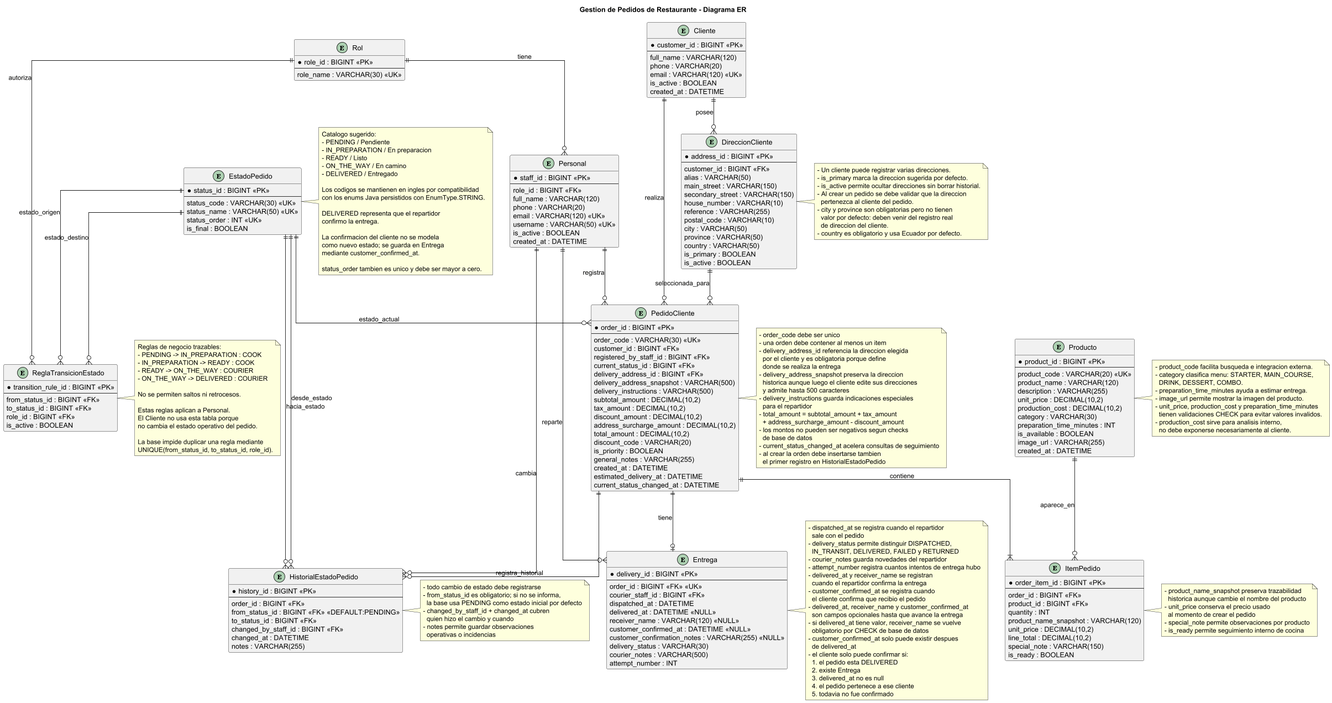
The PlantUML diagram assets/ER Diagram.png in michael-lxndr/AP-first-bimester-project, before a commit.
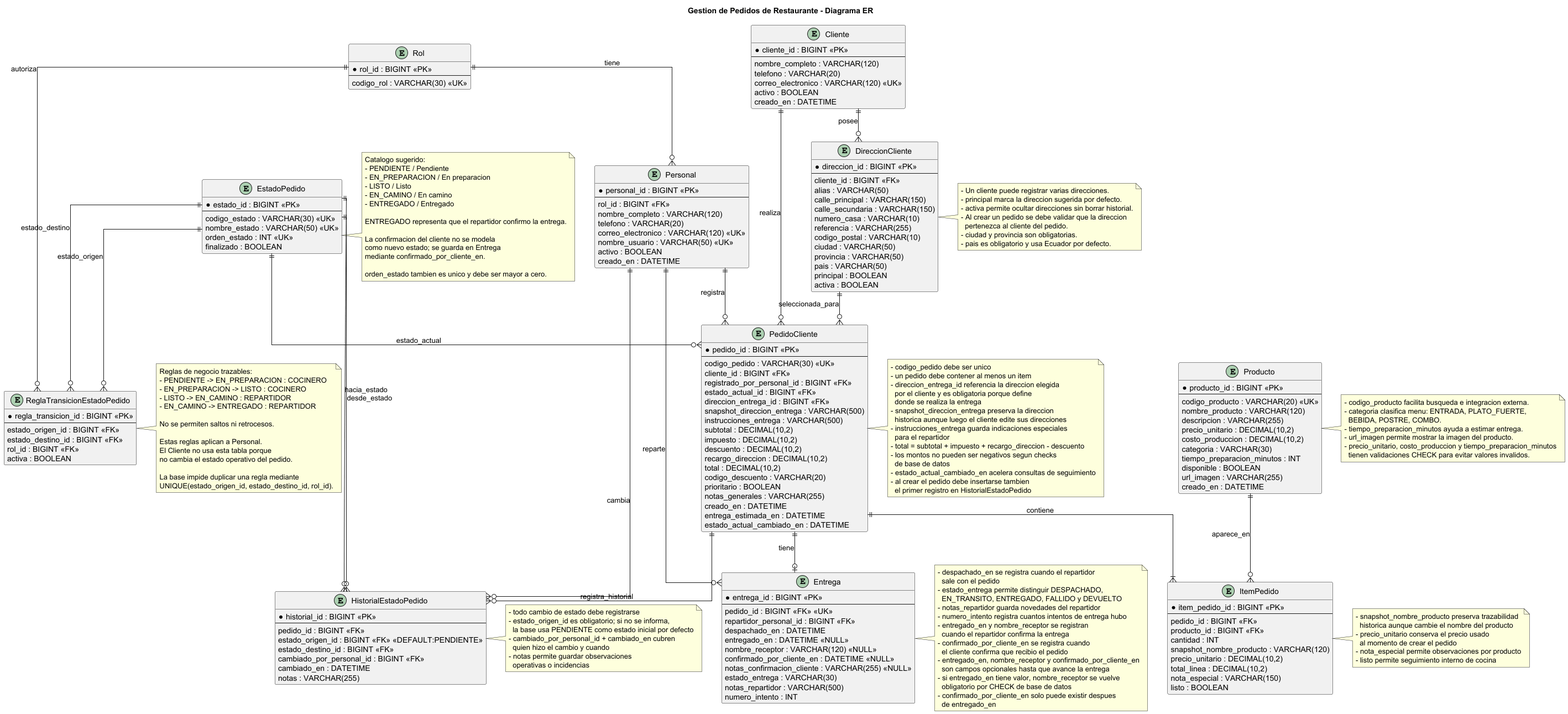
The same file after the commit.

Commit message:
refactor(assets): replace ER diagram and first bimester project image with updated Spanish-named versions

Diff of the diagram source:
```diff
@@ -5,240 +5,230 @@
 hide stereotypes
 skinparam linetype ortho
 
-entity "Rol" as Role {
-  *role_id : BIGINT <<PK>>
+entity "Rol" as Rol {
+  *rol_id : BIGINT <<PK>>
   --
-  role_name : VARCHAR(30) <<UK>>
+  codigo_rol : VARCHAR(30) <<UK>>
 }
 
-entity "Personal" as Staff {
-  *staff_id : BIGINT <<PK>>
+entity "Personal" as Personal {
+  *personal_id : BIGINT <<PK>>
   --
-  role_id : BIGINT <<FK>>
-  full_name : VARCHAR(120)
-  phone : VARCHAR(20)
-  email : VARCHAR(120) <<UK>>
-  username : VARCHAR(50) <<UK>>
-  is_active : BOOLEAN
-  created_at : DATETIME
+  rol_id : BIGINT <<FK>>
+  nombre_completo : VARCHAR(120)
+  telefono : VARCHAR(20)
+  correo_electronico : VARCHAR(120) <<UK>>
+  nombre_usuario : VARCHAR(50) <<UK>>
+  activo : BOOLEAN
+  creado_en : DATETIME
 }
 
-entity "Cliente" as Customer {
-  *customer_id : BIGINT <<PK>>
+entity "Cliente" as Cliente {
+  *cliente_id : BIGINT <<PK>>
   --
-  full_name : VARCHAR(120)
-  phone : VARCHAR(20)
-  email : VARCHAR(120) <<UK>>
-  is_active : BOOLEAN
-  created_at : DATETIME
+  nombre_completo : VARCHAR(120)
+  telefono : VARCHAR(20)
+  correo_electronico : VARCHAR(120) <<UK>>
+  activo : BOOLEAN
+  creado_en : DATETIME
 }
 
-entity "DireccionCliente" as CustomerAddress {
-  *address_id : BIGINT <<PK>>
+entity "DireccionCliente" as DireccionCliente {
+  *direccion_id : BIGINT <<PK>>
   --
-  customer_id : BIGINT <<FK>>
+  cliente_id : BIGINT <<FK>>
   alias : VARCHAR(50)
-  main_street : VARCHAR(150)
-  secondary_street : VARCHAR(150)
-  house_number : VARCHAR(10)
-  reference : VARCHAR(255)
-  postal_code : VARCHAR(10)
-  city : VARCHAR(50)
-  province : VARCHAR(50)
-  country : VARCHAR(50)
-  is_primary : BOOLEAN
-  is_active : BOOLEAN
+  calle_principal : VARCHAR(150)
+  calle_secundaria : VARCHAR(150)
+  numero_casa : VARCHAR(10)
+  referencia : VARCHAR(255)
+  codigo_postal : VARCHAR(10)
+  ciudad : VARCHAR(50)
+  provincia : VARCHAR(50)
+  pais : VARCHAR(50)
+  principal : BOOLEAN
+  activa : BOOLEAN
 }
 
-entity "Producto" as Product {
-  *product_id : BIGINT <<PK>>
+entity "Producto" as Producto {
+  *producto_id : BIGINT <<PK>>
   --
-  product_code : VARCHAR(20) <<UK>>
-  product_name : VARCHAR(120)
-  description : VARCHAR(255)
-  unit_price : DECIMAL(10,2)
-  production_cost : DECIMAL(10,2)
-  category : VARCHAR(30)
-  preparation_time_minutes : INT
-  is_available : BOOLEAN
-  image_url : VARCHAR(255)
-  created_at : DATETIME
+  codigo_producto : VARCHAR(20) <<UK>>
+  nombre_producto : VARCHAR(120)
+  descripcion : VARCHAR(255)
+  precio_unitario : DECIMAL(10,2)
+  costo_produccion : DECIMAL(10,2)
+  categoria : VARCHAR(30)
+  tiempo_preparacion_minutos : INT
+  disponible : BOOLEAN
+  url_imagen : VARCHAR(255)
+  creado_en : DATETIME
 }
 
-entity "EstadoPedido" as OrderStatus {
-  *status_id : BIGINT <<PK>>
+entity "EstadoPedido" as EstadoPedido {
+  *estado_id : BIGINT <<PK>>
   --
-  status_code : VARCHAR(30) <<UK>>
-  status_name : VARCHAR(50) <<UK>>
-  status_order : INT <<UK>>
-  is_final : BOOLEAN
+  codigo_estado : VARCHAR(30) <<UK>>
+  nombre_estado : VARCHAR(50) <<UK>>
+  orden_estado : INT <<UK>>
+  finalizado : BOOLEAN
 }
 
-entity "ReglaTransicionEstado" as OrderStatusTransitionRule {
-  *transition_rule_id : BIGINT <<PK>>
+entity "ReglaTransicionEstadoPedido" as ReglaTransicionEstadoPedido {
+  *regla_transicion_id : BIGINT <<PK>>
   --
-  from_status_id : BIGINT <<FK>>
-  to_status_id : BIGINT <<FK>>
-  role_id : BIGINT <<FK>>
-  is_active : BOOLEAN
+  estado_origen_id : BIGINT <<FK>>
+  estado_destino_id : BIGINT <<FK>>
+  rol_id : BIGINT <<FK>>
+  activa : BOOLEAN
 }
 
-entity "PedidoCliente" as CustomerOrder {
-  *order_id : BIGINT <<PK>>
+entity "PedidoCliente" as PedidoCliente {
+  *pedido_id : BIGINT <<PK>>
   --
-  order_code : VARCHAR(30) <<UK>>
-  customer_id : BIGINT <<FK>>
-  registered_by_staff_id : BIGINT <<FK>>
-  current_status_id : BIGINT <<FK>>
-  delivery_address_id : BIGINT <<FK>>
-  delivery_address_snapshot : VARCHAR(500)
-  delivery_instructions : VARCHAR(500)
-  subtotal_amount : DECIMAL(10,2)
-  tax_amount : DECIMAL(10,2)
-  discount_amount : DECIMAL(10,2)
-  address_surcharge_amount : DECIMAL(10,2)
-  total_amount : DECIMAL(10,2)
-  discount_code : VARCHAR(20)
-  is_priority : BOOLEAN
-  general_notes : VARCHAR(255)
-  created_at : DATETIME
-  estimated_delivery_at : DATETIME
-  current_status_changed_at : DATETIME
+  codigo_pedido : VARCHAR(30) <<UK>>
+  cliente_id : BIGINT <<FK>>
+  registrado_por_personal_id : BIGINT <<FK>>
+  estado_actual_id : BIGINT <<FK>>
+  direccion_entrega_id : BIGINT <<FK>>
+  snapshot_direccion_entrega : VARCHAR(500)
+  instrucciones_entrega : VARCHAR(500)
+  subtotal : DECIMAL(10,2)
+  impuesto : DECIMAL(10,2)
+  descuento : DECIMAL(10,2)
+  recargo_direccion : DECIMAL(10,2)
+  total : DECIMAL(10,2)
+  codigo_descuento : VARCHAR(20)
+  prioritario : BOOLEAN
+  notas_generales : VARCHAR(255)
+  creado_en : DATETIME
+  entrega_estimada_en : DATETIME
+  estado_actual_cambiado_en : DATETIME
 }
 
-entity "ItemPedido" as OrderItem {
-  *order_item_id : BIGINT <<PK>>
+entity "ItemPedido" as ItemPedido {
+  *item_pedido_id : BIGINT <<PK>>
   --
-  order_id : BIGINT <<FK>>
-  product_id : BIGINT <<FK>>
-  quantity : INT
-  product_name_snapshot : VARCHAR(120)
-  unit_price : DECIMAL(10,2)
-  line_total : DECIMAL(10,2)
-  special_note : VARCHAR(150)
-  is_ready : BOOLEAN
+  pedido_id : BIGINT <<FK>>
+  producto_id : BIGINT <<FK>>
+  cantidad : INT
+  snapshot_nombre_producto : VARCHAR(120)
+  precio_unitario : DECIMAL(10,2)
+  total_linea : DECIMAL(10,2)
+  nota_especial : VARCHAR(150)
+  listo : BOOLEAN
 }
 
-entity "HistorialEstadoPedido" as OrderStatusHistory {
-  *history_id : BIGINT <<PK>>
+entity "HistorialEstadoPedido" as HistorialEstadoPedido {
+  *historial_id : BIGINT <<PK>>
   --
-  order_id : BIGINT <<FK>>
-  from_status_id : BIGINT <<FK>> <<DEFAULT:PENDING>>
-  to_status_id : BIGINT <<FK>>
-  changed_by_staff_id : BIGINT <<FK>>
-  changed_at : DATETIME
-  notes : VARCHAR(255)
+  pedido_id : BIGINT <<FK>>
+  estado_origen_id : BIGINT <<FK>> <<DEFAULT:PENDIENTE>>
+  estado_destino_id : BIGINT <<FK>>
+  cambiado_por_personal_id : BIGINT <<FK>>
+  cambiado_en : DATETIME
+  notas : VARCHAR(255)
 }
 
-entity "Entrega" as Delivery {
-  *delivery_id : BIGINT <<PK>>
+entity "Entrega" as Entrega {
+  *entrega_id : BIGINT <<PK>>
   --
-  order_id : BIGINT <<FK>> <<UK>>
-  courier_staff_id : BIGINT <<FK>>
-  dispatched_at : DATETIME
-  delivered_at : DATETIME <<NULL>>
-  receiver_name : VARCHAR(120) <<NULL>>
-  customer_confirmed_at : DATETIME <<NULL>>
-  customer_confirmation_notes : VARCHAR(255) <<NULL>>
-  delivery_status : VARCHAR(30)
-  courier_notes : VARCHAR(500)
-  attempt_number : INT
+  pedido_id : BIGINT <<FK>> <<UK>>
+  repartidor_personal_id : BIGINT <<FK>>
+  despachado_en : DATETIME
+  entregado_en : DATETIME <<NULL>>
+  nombre_receptor : VARCHAR(120) <<NULL>>
+  confirmado_por_cliente_en : DATETIME <<NULL>>
+  notas_confirmacion_cliente : VARCHAR(255) <<NULL>>
+  estado_entrega : VARCHAR(30)
+  notas_repartidor : VARCHAR(500)
+  numero_intento : INT
 }
 
-Role ||--o{ Staff : tiene
-Role ||--o{ OrderStatusTransitionRule : autoriza
+Rol ||--o{ Personal : tiene
+Rol ||--o{ ReglaTransicionEstadoPedido : autoriza
 
-Customer ||--o{ CustomerOrder : realiza
-Customer ||--o{ CustomerAddress : posee
-CustomerAddress ||--o{ CustomerOrder : seleccionada_para
+Cliente ||--o{ PedidoCliente : realiza
+Cliente ||--o{ DireccionCliente : posee
+DireccionCliente ||--o{ PedidoCliente : seleccionada_para
 
-Staff ||--o{ CustomerOrder : registra
-Staff ||--o{ OrderStatusHistory : cambia
-Staff ||--o{ Delivery : reparte
+Personal ||--o{ PedidoCliente : registra
+Personal ||--o{ HistorialEstadoPedido : cambia
+Personal ||--o{ Entrega : reparte
 
-OrderStatus ||--o{ CustomerOrder : estado_actual
-OrderStatus ||--o{ OrderStatusTransitionRule : estado_origen
-OrderStatus ||--o{ OrderStatusTransitionRule : estado_destino
-OrderStatus ||--o{ OrderStatusHistory : desde_estado
-OrderStatus ||--o{ OrderStatusHistory : hacia_estado
+EstadoPedido ||--o{ PedidoCliente : estado_actual
+EstadoPedido ||--o{ ReglaTransicionEstadoPedido : estado_origen
+EstadoPedido ||--o{ ReglaTransicionEstadoPedido : estado_destino
+EstadoPedido ||--o{ HistorialEstadoPedido : desde_estado
+EstadoPedido ||--o{ HistorialEstadoPedido : hacia_estado
 
-CustomerOrder ||--|{ OrderItem : contiene
-CustomerOrder ||--o{ OrderStatusHistory : registra_historial
-CustomerOrder ||--o| Delivery : tiene
+PedidoCliente ||--|{ ItemPedido : contiene
+PedidoCliente ||--o{ HistorialEstadoPedido : registra_historial
+PedidoCliente ||--o| Entrega : tiene
 
-Product ||--o{ OrderItem : aparece_en
+Producto ||--o{ ItemPedido : aparece_en
 
-note right of CustomerOrder
-- order_code debe ser unico
-- una orden debe contener al menos un item
-- delivery_address_id referencia la direccion elegida
+note right of PedidoCliente
+- codigo_pedido debe ser unico
+- un pedido debe contener al menos un item
+- direccion_entrega_id referencia la direccion elegida
   por el cliente y es obligatoria porque define
   donde se realiza la entrega
-- delivery_address_snapshot preserva la direccion
+- snapshot_direccion_entrega preserva la direccion
   historica aunque luego el cliente edite sus direcciones
-  y admite hasta 500 caracteres
-- delivery_instructions guarda indicaciones especiales
+- instrucciones_entrega guarda indicaciones especiales
   para el repartidor
-- total_amount = subtotal_amount + tax_amount
-  + address_surcharge_amount - discount_amount
+- total = subtotal + impuesto + recargo_direccion - descuento
 - los montos no pueden ser negativos segun checks
   de base de datos
-- current_status_changed_at acelera consultas de seguimiento
-- al crear la orden debe insertarse tambien
+- estado_actual_cambiado_en acelera consultas de seguimiento
+- al crear el pedido debe insertarse tambien
   el primer registro en HistorialEstadoPedido
 end note
 
-note right of CustomerAddress
+note right of DireccionCliente
 - Un cliente puede registrar varias direcciones.
-- is_primary marca la direccion sugerida por defecto.
-- is_active permite ocultar direcciones sin borrar historial.
+- principal marca la direccion sugerida por defecto.
+- activa permite ocultar direcciones sin borrar historial.
 - Al crear un pedido se debe validar que la direccion
   pertenezca al cliente del pedido.
-- city y province son obligatorias pero no tienen
-  valor por defecto: deben venir del registro real
-  de direccion del cliente.
-- country es obligatorio y usa Ecuador por defecto.
+- ciudad y provincia son obligatorias.
+- pais es obligatorio y usa Ecuador por defecto.
 end note
 
-note right of Product
-- product_code facilita busqueda e integracion externa.
-- category clasifica menu: STARTER, MAIN_COURSE,
-  DRINK, DESSERT, COMBO.
-- preparation_time_minutes ayuda a estimar entrega.
-- image_url permite mostrar la imagen del producto.
-- unit_price, production_cost y preparation_time_minutes
+note right of Producto
+- codigo_producto facilita busqueda e integracion externa.
+- categoria clasifica menu: ENTRADA, PLATO_FUERTE,
+  BEBIDA, POSTRE, COMBO.
+- tiempo_preparacion_minutos ayuda a estimar entrega.
+- url_imagen permite mostrar la imagen del producto.
+- precio_unitario, costo_produccion y tiempo_preparacion_minutos
   tienen validaciones CHECK para evitar valores invalidos.
-- production_cost sirve para analisis interno,
-  no debe exponerse necesariamente al cliente.
 end note
 
-note right of OrderStatus
+note right of EstadoPedido
 Catalogo sugerido:
-- PENDING / Pendiente
-- IN_PREPARATION / En preparacion
-- READY / Listo
-- ON_THE_WAY / En camino
-- DELIVERED / Entregado
+- PENDIENTE / Pendiente
+- EN_PREPARACION / En preparacion
+- LISTO / Listo
+- EN_CAMINO / En camino
+- ENTREGADO / Entregado
 
-Los codigos se mantienen en ingles por compatibilidad
-con los enums Java persistidos con EnumType.STRING.
-
-DELIVERED representa que el repartidor
-confirmo la entrega.
+ENTREGADO representa que el repartidor confirmo la entrega.
 
 La confirmacion del cliente no se modela
 como nuevo estado; se guarda en Entrega
-mediante customer_confirmed_at.
+mediante confirmado_por_cliente_en.
 
-status_order tambien es unico y debe ser mayor a cero.
+orden_estado tambien es unico y debe ser mayor a cero.
 end note
 
-note right of OrderStatusTransitionRule
+note right of ReglaTransicionEstadoPedido
 Reglas de negocio trazables:
-- PENDING -> IN_PREPARATION : COOK
-- IN_PREPARATION -> READY : COOK
-- READY -> ON_THE_WAY : COURIER
-- ON_THE_WAY -> DELIVERED : COURIER
+- PENDIENTE -> EN_PREPARACION : COCINERO
+- EN_PREPARACION -> LISTO : COCINERO
+- LISTO -> EN_CAMINO : REPARTIDOR
+- EN_CAMINO -> ENTREGADO : REPARTIDOR
 
 No se permiten saltos ni retrocesos.
 
@@ -247,51 +237,45 @@
 no cambia el estado operativo del pedido.
 
 La base impide duplicar una regla mediante
-UNIQUE(from_status_id, to_status_id, role_id).
+UNIQUE(estado_origen_id, estado_destino_id, rol_id).
 end note
 
-note right of OrderStatusHistory
+note right of HistorialEstadoPedido
 - todo cambio de estado debe registrarse
-- from_status_id es obligatorio; si no se informa,
-  la base usa PENDING como estado inicial por defecto
-- changed_by_staff_id + changed_at cubren
+- estado_origen_id es obligatorio; si no se informa,
+  la base usa PENDIENTE como estado inicial por defecto
+- cambiado_por_personal_id + cambiado_en cubren
   quien hizo el cambio y cuando
-- notes permite guardar observaciones
+- notas permite guardar observaciones
   operativas o incidencias
 end note
 
-note right of OrderItem
-- product_name_snapshot preserva trazabilidad
+note right of ItemPedido
+- snapshot_nombre_producto preserva trazabilidad
   historica aunque cambie el nombre del producto
-- unit_price conserva el precio usado
+- precio_unitario conserva el precio usado
   al momento de crear el pedido
-- special_note permite observaciones por producto
-- is_ready permite seguimiento interno de cocina
+- nota_especial permite observaciones por producto
+- listo permite seguimiento interno de cocina
 end note
 
-note right of Delivery
-- dispatched_at se registra cuando el repartidor
+note right of Entrega
+- despachado_en se registra cuando el repartidor
   sale con el pedido
-- delivery_status permite distinguir DISPATCHED,
-  IN_TRANSIT, DELIVERED, FAILED y RETURNED
-- courier_notes guarda novedades del repartidor
-- attempt_number registra cuantos intentos de entrega hubo
-- delivered_at y receiver_name se registran
+- estado_entrega permite distinguir DESPACHADO,
+  EN_TRANSITO, ENTREGADO, FALLIDO y DEVUELTO
+- notas_repartidor guarda novedades del repartidor
+- numero_intento registra cuantos intentos de entrega hubo
+- entregado_en y nombre_receptor se registran
   cuando el repartidor confirma la entrega
-- customer_confirmed_at se registra cuando
+- confirmado_por_cliente_en se registra cuando
   el cliente confirma que recibio el pedido
-- delivered_at, receiver_name y customer_confirmed_at
+- entregado_en, nombre_receptor y confirmado_por_cliente_en
   son campos opcionales hasta que avance la entrega
-- si delivered_at tiene valor, receiver_name se vuelve
+- si entregado_en tiene valor, nombre_receptor se vuelve
   obligatorio por CHECK de base de datos
-- customer_confirmed_at solo puede existir despues
-  de delivered_at
-- el cliente solo puede confirmar si:
-  1. el pedido esta DELIVERED
-  2. existe Entrega
-  3. delivered_at no es null
-  4. el pedido pertenece a ese cliente
-  5. todavia no fue confirmado
+- confirmado_por_cliente_en solo puede existir despues
+  de entregado_en
 end note
 
 @enduml
```
